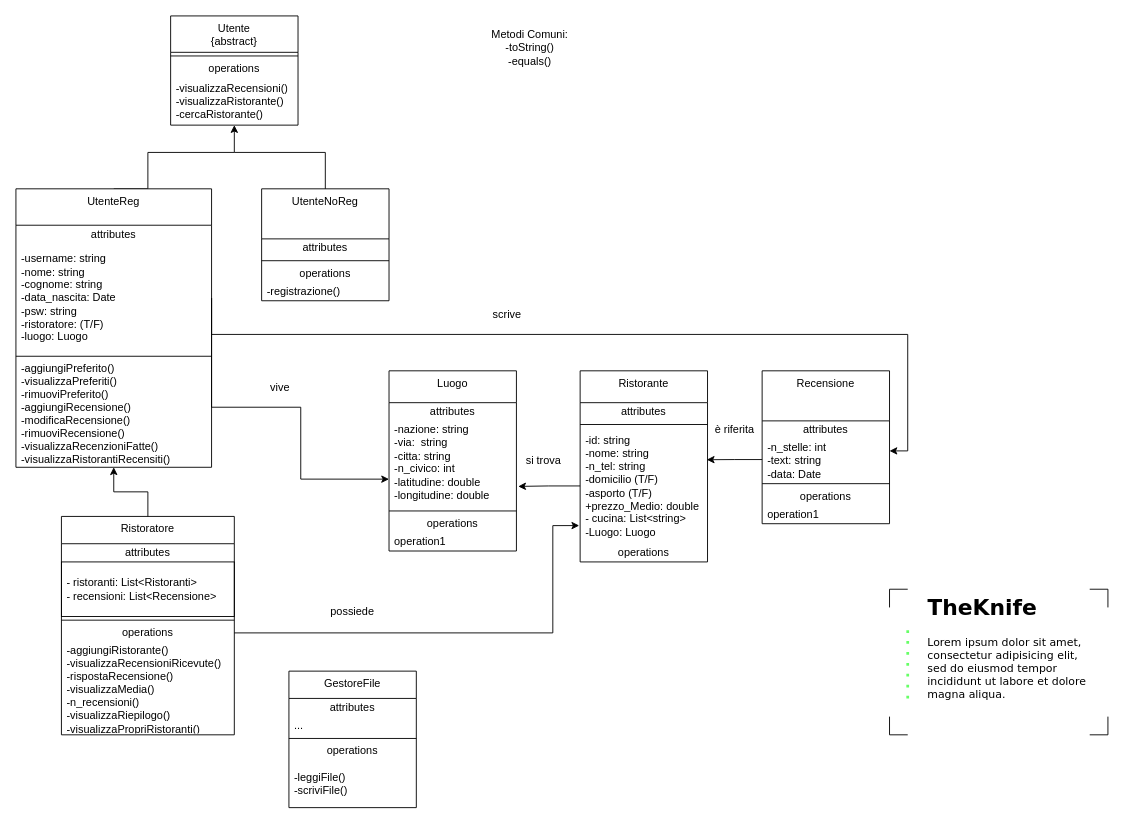
Above: doc/UML.drawio in Tommaso-Ossuzio/TheKnife (draw.io), before the change. Source tidied: cells renumbered, new cells numbered last; positions are measured from the earlier drawing's top-left corner, leaving out a move shared by most shapes. Both pictures are drawn from the tidied source at 91%, with x=0, y=0 at pixel (15, 15).
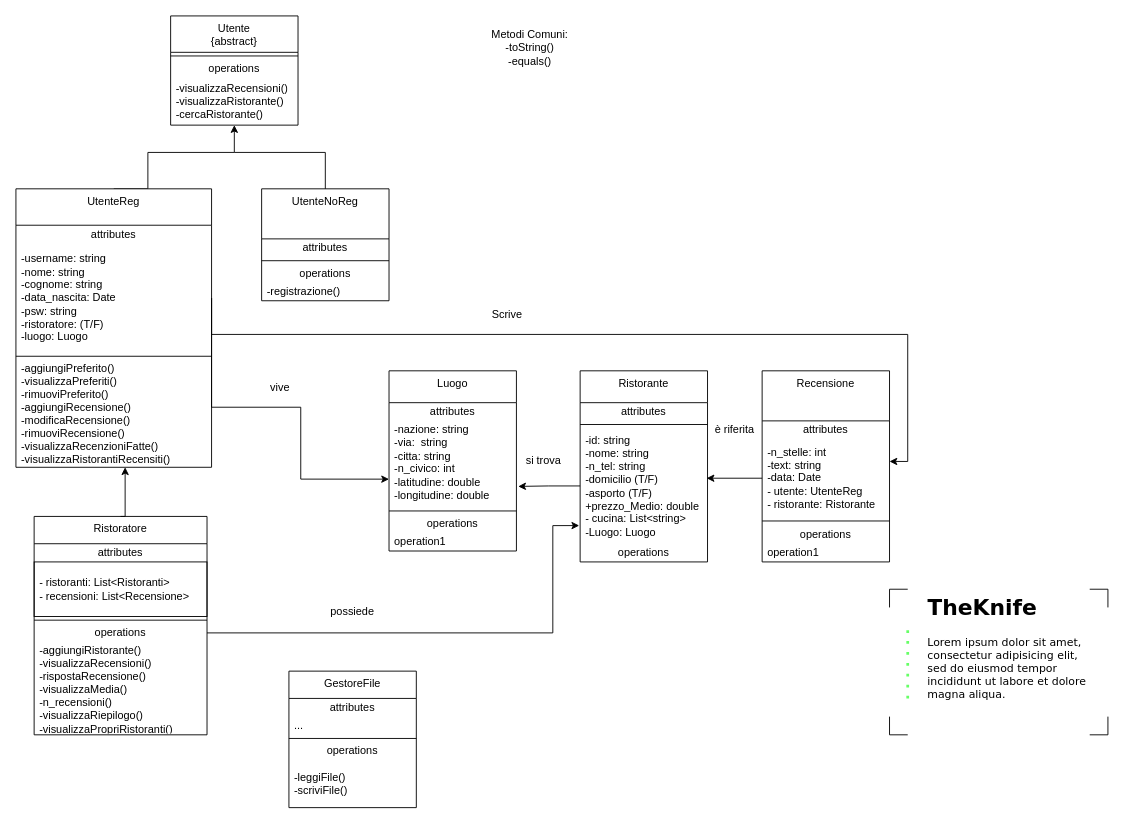
The same page after the edit.

Commit message (it also covers changes not shown here):
Aggiornamento UML

Unchanged cells that the change refers to:
```xml
<mxCell id="12" value="-id: string&lt;div&gt;&lt;span style=&quot;background-color: transparent; color: light-dark(rgb(0, 0, 0), rgb(255, 255, 255));&quot;&gt;-nome: string&lt;/span&gt;&lt;div&gt;-n_tel: string&lt;/div&gt;&lt;div&gt;-domicilio (T/F)&lt;/div&gt;&lt;div&gt;&lt;span style=&quot;background-color: transparent; color: light-dark(rgb(0, 0, 0), rgb(255, 255, 255));&quot;&gt;-asporto&amp;nbsp;&lt;/span&gt;&lt;span style=&quot;background-color: transparent; color: light-dark(rgb(0, 0, 0), rgb(255, 255, 255));&quot;&gt;(T/F)&lt;/span&gt;&lt;/div&gt;&lt;div&gt;+prezzo_Medio: double&lt;/div&gt;&lt;/div&gt;&lt;div&gt;- cucina: List&amp;lt;string&amp;gt;&lt;/div&gt;&lt;div&gt;-Luogo: Luogo&lt;/div&gt;" style="text;html=1;strokeColor=none;fillColor=none;align=left;verticalAlign=middle;spacingLeft=4;spacingRight=4;overflow=hidden;points=[[0,0.5],[1,0.5]];portConstraint=eastwest;whiteSpace=wrap;" parent="9" vertex="1">
  <mxGeometry y="63" width="140" height="127" as="geometry" />
</mxCell>
<mxCell id="33" value="&lt;div&gt;&lt;span style=&quot;color: light-dark(rgb(0, 0, 0), rgb(255, 255, 255)); background-color: transparent;&quot;&gt;-username: string&lt;/span&gt;&lt;/div&gt;&lt;div&gt;&lt;span style=&quot;color: light-dark(rgb(0, 0, 0), rgb(255, 255, 255)); background-color: transparent;&quot;&gt;-nome: string&lt;/span&gt;&lt;/div&gt;&lt;div style=&quot;&quot;&gt;&lt;font style=&quot;color: light-dark(rgb(0, 0, 0), rgb(255, 255, 255));&quot;&gt;-cognome: string&lt;/font&gt;&lt;/div&gt;&lt;div style=&quot;&quot;&gt;&lt;font style=&quot;color: light-dark(rgb(0, 0, 0), rgb(255, 255, 255));&quot;&gt;-data_nascita: Date&lt;/font&gt;&lt;/div&gt;&lt;div style=&quot;&quot;&gt;&lt;font style=&quot;color: light-dark(rgb(0, 0, 0), rgb(255, 255, 255));&quot;&gt;-psw: string&lt;/font&gt;&lt;/div&gt;&lt;div style=&quot;&quot;&gt;&lt;font style=&quot;color: light-dark(rgb(0, 0, 0), rgb(255, 255, 255));&quot;&gt;-ristoratore: (T/F)&lt;/font&gt;&lt;/div&gt;&lt;div style=&quot;&quot;&gt;&lt;font style=&quot;&quot;&gt;-luogo: Luogo&lt;font color=&quot;#7f7f7f&quot;&gt;&amp;nbsp;&lt;/font&gt;&lt;/font&gt;&lt;/div&gt;" style="text;html=1;strokeColor=none;fillColor=none;align=left;verticalAlign=middle;spacingLeft=4;spacingRight=4;overflow=hidden;points=[[0,0.5],[1,0.5]];portConstraint=eastwest;whiteSpace=wrap;" parent="31" vertex="1">
  <mxGeometry y="60" width="215" height="120" as="geometry" />
</mxCell>
<mxCell id="35" value="&lt;div&gt;&lt;span style=&quot;background-color: initial;&quot;&gt;-aggiungiPreferito()&lt;/span&gt;&lt;br&gt;&lt;/div&gt;&lt;div&gt;-visualizzaPreferiti()&lt;/div&gt;&lt;div&gt;-rimuoviPreferito()&lt;/div&gt;&lt;div&gt;&lt;span style=&quot;background-color: initial;&quot;&gt;-aggiungiRecensione()&lt;/span&gt;&lt;/div&gt;&lt;div&gt;-modificaRecensione()&lt;/div&gt;&lt;div&gt;-rimuoviRecensione()&lt;/div&gt;&lt;div&gt;-visualizzaRecenzioniFatte()&lt;/div&gt;&lt;div&gt;-visualizzaRistorantiRecensiti()&lt;/div&gt;" style="text;html=1;strokeColor=none;fillColor=none;align=left;verticalAlign=middle;spacingLeft=4;spacingRight=4;overflow=hidden;points=[[0,0.5],[1,0.5]];portConstraint=eastwest;whiteSpace=wrap;" parent="31" vertex="1">
  <mxGeometry y="188" width="215" height="118" as="geometry" />
</mxCell>
```

Change to the diagram source:
```diff
@@
     <mxCell id="20" value="Recensione" style="swimlane;fontStyle=0;align=center;verticalAlign=top;horizontal=1;startSize=55;html=1;whiteSpace=wrap;" parent="1" vertex="1">
-      <mxGeometry x="820" y="390" width="140" height="168" as="geometry" />
+      <mxGeometry x="820" y="390" width="140" height="210" as="geometry" />
     </mxCell>
@@
-    <mxCell id="22" value="&lt;font color=&quot;#000000&quot; style=&quot;color: light-dark(rgb(0, 0, 0), rgb(255, 255, 255));&quot;&gt;-n_stelle: int&lt;/font&gt;&lt;div&gt;&lt;font color=&quot;#000000&quot; style=&quot;color: light-dark(rgb(0, 0, 0), rgb(255, 255, 255));&quot;&gt;-text: string&amp;nbsp;&lt;/font&gt;&lt;/div&gt;&lt;div&gt;&lt;font color=&quot;#000000&quot; style=&quot;color: light-dark(rgb(0, 0, 0), rgb(255, 255, 255));&quot;&gt;-data: Date&lt;/font&gt;&lt;/div&gt;" style="text;html=1;strokeColor=light-dark(transparent,#FFFFFF);fillColor=none;align=left;verticalAlign=middle;spacingLeft=4;spacingRight=4;overflow=hidden;points=[[0,0.5],[1,0.5]];portConstraint=eastwest;fontColor=#808080;whiteSpace=wrap;" parent="20" vertex="1">
-      <mxGeometry y="75" width="140" height="45" as="geometry" />
+    <mxCell id="22" value="&lt;font color=&quot;#000000&quot; style=&quot;color: light-dark(rgb(0, 0, 0), rgb(255, 255, 255));&quot;&gt;-n_stelle: int&lt;/font&gt;&lt;div&gt;&lt;font color=&quot;#000000&quot; style=&quot;color: light-dark(rgb(0, 0, 0), rgb(255, 255, 255));&quot;&gt;-text: string&amp;nbsp;&lt;/font&gt;&lt;/div&gt;&lt;div&gt;&lt;font color=&quot;#000000&quot; style=&quot;color: light-dark(rgb(0, 0, 0), rgb(255, 255, 255));&quot;&gt;-data: Date&lt;/font&gt;&lt;/div&gt;&lt;div&gt;&lt;font color=&quot;#000000&quot; style=&quot;color: light-dark(rgb(0, 0, 0), rgb(255, 255, 255));&quot;&gt;- utente: UtenteReg&lt;/font&gt;&lt;/div&gt;&lt;div&gt;&lt;font color=&quot;#000000&quot; style=&quot;color: light-dark(rgb(0, 0, 0), rgb(255, 255, 255));&quot;&gt;- ristorante: Ristorante&lt;/font&gt;&lt;/div&gt;" style="text;html=1;strokeColor=light-dark(transparent,#FFFFFF);fillColor=none;align=left;verticalAlign=middle;spacingLeft=4;spacingRight=4;overflow=hidden;points=[[0,0.5],[1,0.5]];portConstraint=eastwest;fontColor=#808080;whiteSpace=wrap;" parent="20" vertex="1">
+      <mxGeometry y="75" width="140" height="85" as="geometry" />
     </mxCell>
     <mxCell id="23" style="line;strokeWidth=1;fillColor=none;align=left;verticalAlign=middle;spacingTop=-1;spacingLeft=3;spacingRight=3;labelPosition=right;" parent="20" vertex="1">
-      <mxGeometry y="120" width="140" height="8" as="geometry" />
+      <mxGeometry y="160" width="140" height="10" as="geometry" />
     </mxCell>
     <mxCell id="24" value="operations" style="text;html=1;strokeColor=none;fillColor=none;align=center;verticalAlign=middle;spacingLeft=4;spacingRight=4;overflow=hidden;whiteSpace=wrap;" parent="20" vertex="1">
-      <mxGeometry y="128" width="140" height="20" as="geometry" />
+      <mxGeometry y="170" width="140" height="20" as="geometry" />
     </mxCell>
     <mxCell id="25" value="operation1" style="text;html=1;strokeColor=none;fillColor=none;align=left;verticalAlign=middle;spacingLeft=4;spacingRight=4;overflow=hidden;whiteSpace=wrap;" parent="20" vertex="1">
-      <mxGeometry y="148" width="140" height="20" as="geometry" />
+      <mxGeometry y="190" width="140" height="20" as="geometry" />
     </mxCell>
@@
     <mxCell id="41" value="Ristoratore" style="swimlane;fontStyle=0;align=center;verticalAlign=top;horizontal=1;startSize=30;html=1;whiteSpace=wrap;" parent="1" vertex="1">
-      <mxGeometry x="50" y="550" width="190" height="240" as="geometry" />
+      <mxGeometry x="20" y="550" width="190" height="240" as="geometry" />
     </mxCell>
@@
-    <mxCell id="46" value="-aggiungiRistorante()&lt;div&gt;-visualizzaRecensioniRicevute()&lt;/div&gt;&lt;div&gt;-rispostaRecensione()&lt;/div&gt;&lt;div&gt;-visualizzaMedia()&lt;/div&gt;&lt;div&gt;-n_recensioni()&lt;/div&gt;&lt;div&gt;-visualizzaRiepilogo()&lt;/div&gt;&lt;div&gt;-visualizzaPropriRistoranti()&lt;/div&gt;" style="text;html=1;strokeColor=none;fillColor=none;align=left;verticalAlign=middle;spacingLeft=4;spacingRight=4;overflow=hidden;whiteSpace=wrap;" parent="41" vertex="1">
+    <mxCell id="46" value="-aggiungiRistorante()&lt;div&gt;-visualizzaRecensioni()&lt;/div&gt;&lt;div&gt;-rispostaRecensione()&lt;/div&gt;&lt;div&gt;-visualizzaMedia()&lt;/div&gt;&lt;div&gt;-n_recensioni()&lt;/div&gt;&lt;div&gt;-visualizzaRiepilogo()&lt;/div&gt;&lt;div&gt;-visualizzaPropriRistoranti()&lt;/div&gt;" style="text;html=1;strokeColor=none;fillColor=none;align=left;verticalAlign=middle;spacingLeft=4;spacingRight=4;overflow=hidden;whiteSpace=wrap;" parent="41" vertex="1">
       <mxGeometry y="138" width="190" height="102" as="geometry" />
     </mxCell>
@@
     <mxCell id="51" style="edgeStyle=orthogonalEdgeStyle;rounded=0;jettySize=auto;html=1;exitX=1;exitY=0.5;exitDx=0;exitDy=0;entryX=1;entryY=0.289;entryDx=0;entryDy=0;entryPerimeter=0;" parent="1" edge="1" source="33" target="22">
       <mxGeometry relative="1" as="geometry">
         <Array as="points">
           <mxPoint x="215" y="350" />
           <mxPoint x="980" y="350" />
-          <mxPoint x="980" y="478" />
+          <mxPoint x="980" y="490" />
         </Array>
       </mxGeometry>
     </mxCell>
-    <mxCell id="52" value="scrive" style="text;html=1;align=center;verticalAlign=middle;whiteSpace=wrap;rounded=0;" parent="1" vertex="1">
+    <mxCell id="52" value="Scrive" style="text;html=1;align=center;verticalAlign=middle;whiteSpace=wrap;rounded=0;" parent="1" vertex="1">
       <mxGeometry x="510" y="313" width="60" height="30" as="geometry" />
     </mxCell>
@@
-    <mxCell id="57" style="edgeStyle=orthogonalEdgeStyle;rounded=0;jettySize=auto;html=1;exitX=0;exitY=0.5;exitDx=0;exitDy=0;entryX=0.994;entryY=0.273;entryDx=0;entryDy=0;entryPerimeter=0;" parent="1" edge="1" source="22" target="12">
-      <mxGeometry relative="1" as="geometry" />
+    <mxCell id="57" style="edgeStyle=orthogonalEdgeStyle;rounded=0;jettySize=auto;html=1;exitX=0;exitY=0.5;exitDx=0;exitDy=0;" parent="1" edge="1" source="22">
+      <mxGeometry relative="1" as="geometry">
+        <mxPoint x="759" y="508" as="targetPoint" />
+        <Array as="points">
+          <mxPoint x="759" y="508" />
+        </Array>
+      </mxGeometry>
     </mxCell>
@@
-    <mxCell id="59" style="edgeStyle=orthogonalEdgeStyle;rounded=0;jettySize=auto;html=1;exitX=0.5;exitY=0;exitDx=0;exitDy=0;entryX=0.5;entryY=1;entryDx=0;entryDy=0;entryPerimeter=0;" parent="1" edge="1" source="41" target="35">
-      <mxGeometry relative="1" as="geometry" />
+    <mxCell id="59" style="edgeStyle=orthogonalEdgeStyle;rounded=0;jettySize=auto;html=1;exitX=0.5;exitY=0;exitDx=0;exitDy=0;" parent="1" edge="1" source="41">
+      <mxGeometry relative="1" as="geometry">
+        <mxPoint x="120" y="496" as="targetPoint" />
+        <Array as="points">
+          <mxPoint x="120" y="550" />
+          <mxPoint x="120" y="496" />
+        </Array>
+      </mxGeometry>
     </mxCell>
```
